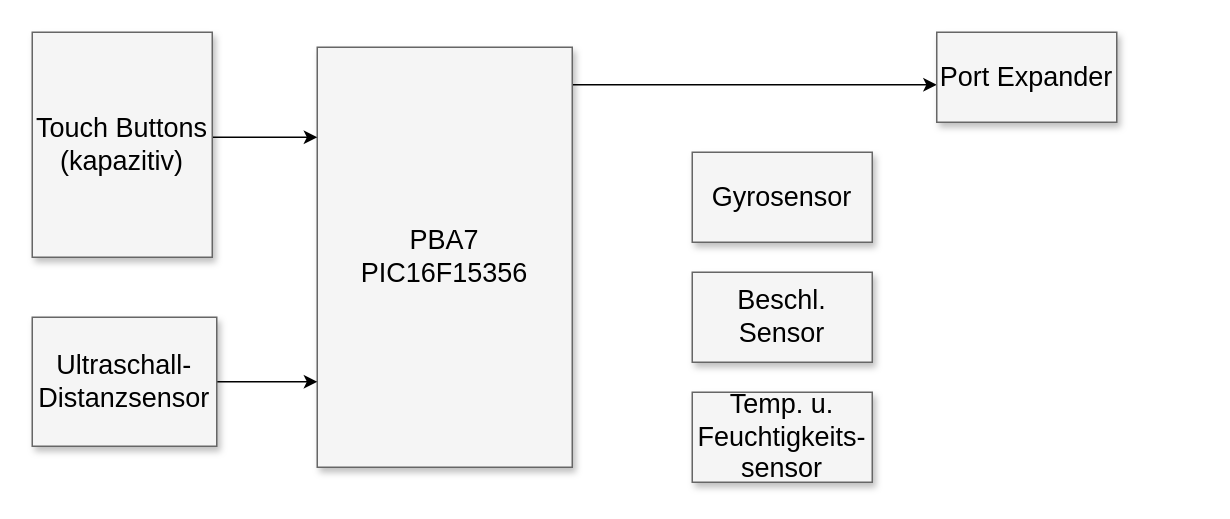
This is Projektdokumente und Unterlagen/Blockschaltbild.drawio from ArminWeinmann/Sensor-Board, a draw.io file, before an edit. Source tidied: cells renumbered, new cells numbered last; positions are measured from the earlier drawing's top-left corner, leaving out a move shared by most shapes. Both pictures are drawn from the tidied source at 150%, with x=0, y=0 at pixel (32, 32).
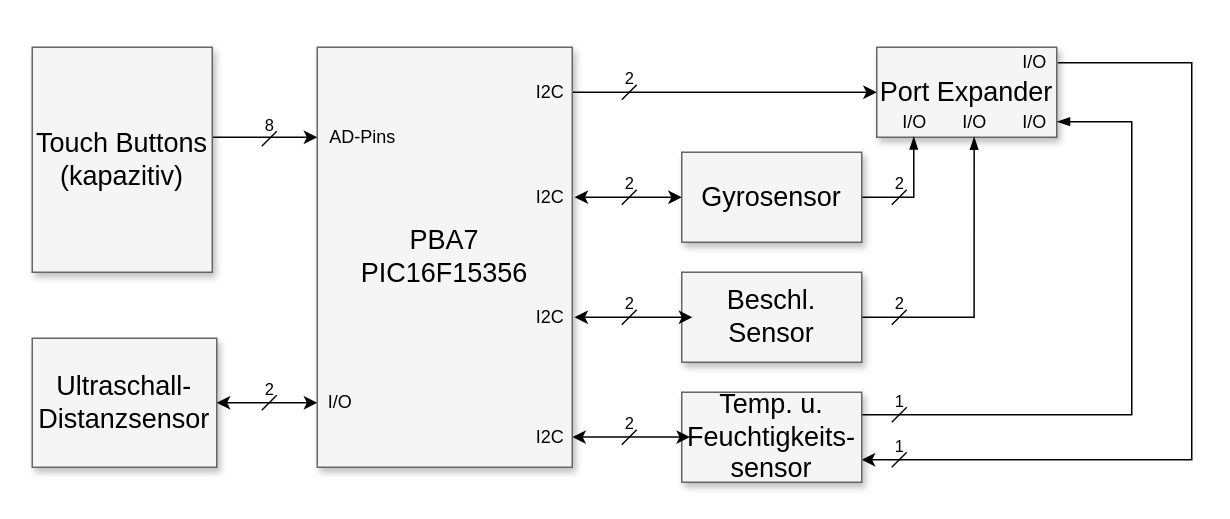
The same diagram, later.

Unchanged cells that the change refers to:
```xml
<mxCell id="3" value="PBA7&lt;br&gt;PIC16F15356" style="whiteSpace=wrap;html=1;shadow=1;fontSize=18;fillColor=#f5f5f5;strokeColor=#666666;" parent="1" vertex="1">
  <mxGeometry x="190" y="10" width="170" height="280" as="geometry" />
</mxCell>
```

What changed in the source:
```diff
@@
+    <mxCell id="12" style="edgeStyle=orthogonalEdgeStyle;rounded=0;jettySize=auto;html=1;entryX=1;entryY=0.75;entryDx=0;entryDy=0;labelBackgroundColor=none;exitX=1.022;exitY=0.517;exitDx=0;exitDy=0;exitPerimeter=0;" parent="1" edge="1" source="32" target="7">
+      <mxGeometry relative="1" as="geometry">
+        <Array as="points">
+          <mxPoint x="773" y="20" />
+          <mxPoint x="773" y="285" />
+        </Array>
+      </mxGeometry>
+    </mxCell>
     <mxCell id="4" value="Port Expander" style="whiteSpace=wrap;html=1;shadow=1;fontSize=18;fillColor=#f5f5f5;strokeColor=#666666;" parent="1" vertex="1">
-      <mxGeometry x="603" width="120" height="60" as="geometry" />
+      <mxGeometry x="563" y="10" width="120" height="60" as="geometry" />
     </mxCell>
+    <mxCell id="13" style="edgeStyle=orthogonalEdgeStyle;rounded=0;jettySize=auto;html=1;entryX=0.489;entryY=0.986;entryDx=0;entryDy=0;entryPerimeter=0;labelBackgroundColor=none;endArrow=blockThin;endFill=1;" parent="1" edge="1" source="5" target="37">
+      <mxGeometry relative="1" as="geometry" />
+    </mxCell>
     <mxCell id="5" value="Gyrosensor" style="whiteSpace=wrap;html=1;shadow=1;fontSize=18;fillColor=#f5f5f5;strokeColor=#666666;" parent="1" vertex="1">
-      <mxGeometry x="440" y="80" width="120" height="60" as="geometry" />
+      <mxGeometry x="433" y="80" width="120" height="60" as="geometry" />
     </mxCell>
+    <mxCell id="14" style="edgeStyle=orthogonalEdgeStyle;rounded=0;jettySize=auto;html=1;entryX=0.498;entryY=0.992;entryDx=0;entryDy=0;entryPerimeter=0;labelBackgroundColor=none;endArrow=blockThin;endFill=1;" parent="1" edge="1" source="6" target="36">
+      <mxGeometry relative="1" as="geometry" />
+    </mxCell>
     <mxCell id="6" value="Beschl. Sensor" style="whiteSpace=wrap;html=1;shadow=1;fontSize=18;fillColor=#f5f5f5;strokeColor=#666666;" parent="1" vertex="1">
-      <mxGeometry x="440" y="160" width="120" height="60" as="geometry" />
+      <mxGeometry x="433" y="160" width="120" height="60" as="geometry" />
     </mxCell>
+    <mxCell id="15" style="edgeStyle=orthogonalEdgeStyle;rounded=0;jettySize=auto;html=1;exitX=1;exitY=0.25;exitDx=0;exitDy=0;entryX=1.013;entryY=0.48;entryDx=0;entryDy=0;entryPerimeter=0;labelBackgroundColor=none;endArrow=blockThin;endFill=1;" parent="1" edge="1" source="7" target="33">
+      <mxGeometry relative="1" as="geometry">
+        <Array as="points">
+          <mxPoint x="733" y="255" />
+          <mxPoint x="733" y="60" />
+        </Array>
+      </mxGeometry>
+    </mxCell>
     <mxCell id="7" value="Temp. u. Feuchtigkeits-sensor" style="whiteSpace=wrap;html=1;shadow=1;fontSize=18;fillColor=#f5f5f5;strokeColor=#666666;" parent="1" vertex="1">
-      <mxGeometry x="440" y="240" width="120" height="60" as="geometry" />
+      <mxGeometry x="433" y="240" width="120" height="60" as="geometry" />
     </mxCell>
@@
     <mxCell id="9" value="Touch Buttons (kapazitiv)" style="whiteSpace=wrap;html=1;shadow=1;fontSize=18;fillColor=#f5f5f5;strokeColor=#666666;" parent="1" vertex="1">
-      <mxGeometry width="120" height="150" as="geometry" />
+      <mxGeometry y="10" width="120" height="150" as="geometry" />
     </mxCell>
-    <mxCell id="10" style="edgeStyle=elbowEdgeStyle;rounded=0;html=1;startArrow=none;startFill=0;jettySize=auto;fontSize=18;elbow=vertical;" parent="1" edge="1" source="11" target="3">
-      <mxGeometry relative="1" as="geometry" />
-    </mxCell>
     <mxCell id="11" value="Ultraschall-Distanzsensor" style="whiteSpace=wrap;html=1;shadow=1;fontSize=18;fillColor=#f5f5f5;strokeColor=#666666;" parent="1" vertex="1">
-      <mxGeometry y="190" width="123" height="86" as="geometry" />
+      <mxGeometry y="204" width="123" height="86" as="geometry" />
     </mxCell>
+    <mxCell id="16" style="endArrow=classic;startArrow=classic;html=1;exitX=1;exitY=0.5;exitDx=0;exitDy=0;" parent="1" edge="1" source="11" target="23">
+      <mxGeometry relative="1" as="geometry" />
+    </mxCell>
+    <mxCell id="17" style="endArrow=classic;startArrow=classic;html=1;exitX=0;exitY=0.5;exitDx=0;exitDy=0;entryX=1.009;entryY=0.357;entryDx=0;entryDy=0;entryPerimeter=0;" parent="1" edge="1" source="5" target="3">
+      <mxGeometry relative="1" as="geometry" />
+    </mxCell>
+    <mxCell id="18" style="endArrow=classic;startArrow=classic;html=1;exitX=0;exitY=0.5;exitDx=0;exitDy=0;entryX=1.009;entryY=0.357;entryDx=0;entryDy=0;entryPerimeter=0;" parent="1" edge="1">
+      <mxGeometry relative="1" as="geometry">
+        <mxPoint x="440" y="190" as="sourcePoint" />
+        <mxPoint x="361.5" y="190" as="targetPoint" />
+      </mxGeometry>
+    </mxCell>
+    <mxCell id="19" style="endArrow=classic;startArrow=classic;html=1;exitX=0;exitY=0.5;exitDx=0;exitDy=0;entryX=1.009;entryY=0.357;entryDx=0;entryDy=0;entryPerimeter=0;" parent="1" edge="1">
+      <mxGeometry relative="1" as="geometry">
+        <mxPoint x="438.5" y="269.9" as="sourcePoint" />
+        <mxPoint x="360" y="269.9" as="targetPoint" />
+      </mxGeometry>
+    </mxCell>
+    <mxCell id="20" value="I2C" style="text;html=1;align=center;verticalAlign=middle;" parent="1" vertex="1">
+      <mxGeometry x="330" y="100" width="30" height="20" as="geometry" />
+    </mxCell>
+    <mxCell id="21" value="I2C" style="text;html=1;align=center;verticalAlign=middle;" parent="1" vertex="1">
+      <mxGeometry x="330" y="180" width="30" height="20" as="geometry" />
+    </mxCell>
+    <mxCell id="22" value="I2C" style="text;html=1;align=center;verticalAlign=middle;" parent="1" vertex="1">
+      <mxGeometry x="330" y="260" width="30" height="20" as="geometry" />
+    </mxCell>
+    <mxCell id="23" value="I/O" style="text;html=1;align=center;verticalAlign=middle;points=[];" parent="1" vertex="1">
+      <mxGeometry x="190" y="237" width="30" height="20" as="geometry" />
+    </mxCell>
+    <mxCell id="24" value="AD-Pins" style="text;html=1;align=center;verticalAlign=middle;" parent="1" vertex="1">
+      <mxGeometry x="190" y="60" width="60" height="20" as="geometry" />
+    </mxCell>
+    <mxCell id="25" value="8" style="endArrow=none;html=1;verticalAlign=bottom;labelBackgroundColor=none;" parent="1" edge="1">
+      <mxGeometry relative="1" as="geometry">
+        <mxPoint x="153" y="76" as="sourcePoint" />
+        <mxPoint x="163" y="66" as="targetPoint" />
+      </mxGeometry>
+    </mxCell>
+    <mxCell id="26" value="2" style="endArrow=none;html=1;verticalAlign=bottom;labelBackgroundColor=none;" parent="1" edge="1">
+      <mxGeometry relative="1" as="geometry">
+        <mxPoint x="153" y="252" as="sourcePoint" />
+        <mxPoint x="163" y="242" as="targetPoint" />
+      </mxGeometry>
+    </mxCell>
+    <mxCell id="27" value="2" style="endArrow=none;html=1;verticalAlign=bottom;labelBackgroundColor=none;" parent="1" edge="1">
+      <mxGeometry relative="1" as="geometry">
+        <mxPoint x="393" y="115" as="sourcePoint" />
+        <mxPoint x="403" y="105" as="targetPoint" />
+      </mxGeometry>
+    </mxCell>
+    <mxCell id="28" value="2" style="endArrow=none;html=1;verticalAlign=bottom;labelBackgroundColor=none;" parent="1" edge="1">
+      <mxGeometry relative="1" as="geometry">
+        <mxPoint x="393" y="195" as="sourcePoint" />
+        <mxPoint x="403" y="185" as="targetPoint" />
+      </mxGeometry>
+    </mxCell>
+    <mxCell id="29" value="2" style="endArrow=none;html=1;verticalAlign=bottom;labelBackgroundColor=none;" parent="1" edge="1">
+      <mxGeometry relative="1" as="geometry">
+        <mxPoint x="393" y="275" as="sourcePoint" />
+        <mxPoint x="403" y="265" as="targetPoint" />
+      </mxGeometry>
+    </mxCell>
+    <mxCell id="30" value="2" style="endArrow=none;html=1;verticalAlign=bottom;labelBackgroundColor=none;" parent="1" edge="1">
+      <mxGeometry relative="1" as="geometry">
+        <mxPoint x="393" y="45" as="sourcePoint" />
+        <mxPoint x="403" y="35" as="targetPoint" />
+      </mxGeometry>
+    </mxCell>
+    <mxCell id="31" value="I2C" style="text;html=1;align=center;verticalAlign=middle;" parent="1" vertex="1">
+      <mxGeometry x="330" y="30" width="30" height="20" as="geometry" />
+    </mxCell>
+    <mxCell id="32" value="I/O" style="text;html=1;align=center;verticalAlign=middle;points=[];" parent="1" vertex="1">
+      <mxGeometry x="653" y="10" width="30" height="20" as="geometry" />
+    </mxCell>
+    <mxCell id="33" value="I/O" style="text;html=1;align=center;verticalAlign=middle;points=[];" parent="1" vertex="1">
+      <mxGeometry x="653" y="50" width="30" height="20" as="geometry" />
+    </mxCell>
+    <mxCell id="34" value="1" style="endArrow=none;html=1;verticalAlign=bottom;labelBackgroundColor=none;" parent="1" edge="1">
+      <mxGeometry relative="1" as="geometry">
+        <mxPoint x="573" y="260" as="sourcePoint" />
+        <mxPoint x="583" y="250" as="targetPoint" />
+      </mxGeometry>
+    </mxCell>
+    <mxCell id="35" value="1" style="endArrow=none;html=1;verticalAlign=bottom;labelBackgroundColor=none;" parent="1" edge="1">
+      <mxGeometry relative="1" as="geometry">
+        <mxPoint x="573" y="290" as="sourcePoint" />
+        <mxPoint x="583" y="280" as="targetPoint" />
+      </mxGeometry>
+    </mxCell>
+    <mxCell id="36" value="I/O" style="text;html=1;align=center;verticalAlign=middle;points=[];" parent="1" vertex="1">
+      <mxGeometry x="613" y="50" width="30" height="20" as="geometry" />
+    </mxCell>
+    <mxCell id="37" value="I/O" style="text;html=1;align=center;verticalAlign=middle;points=[];" parent="1" vertex="1">
+      <mxGeometry x="573" y="50" width="30" height="20" as="geometry" />
+    </mxCell>
+    <mxCell id="38" value="2" style="endArrow=none;html=1;verticalAlign=bottom;labelBackgroundColor=none;" parent="1" edge="1">
+      <mxGeometry relative="1" as="geometry">
+        <mxPoint x="573" y="195" as="sourcePoint" />
+        <mxPoint x="583" y="185" as="targetPoint" />
+      </mxGeometry>
+    </mxCell>
+    <mxCell id="39" value="2" style="endArrow=none;html=1;verticalAlign=bottom;labelBackgroundColor=none;" parent="1" edge="1">
+      <mxGeometry relative="1" as="geometry">
+        <mxPoint x="573" y="115" as="sourcePoint" />
+        <mxPoint x="583" y="105" as="targetPoint" />
+      </mxGeometry>
+    </mxCell>
```
